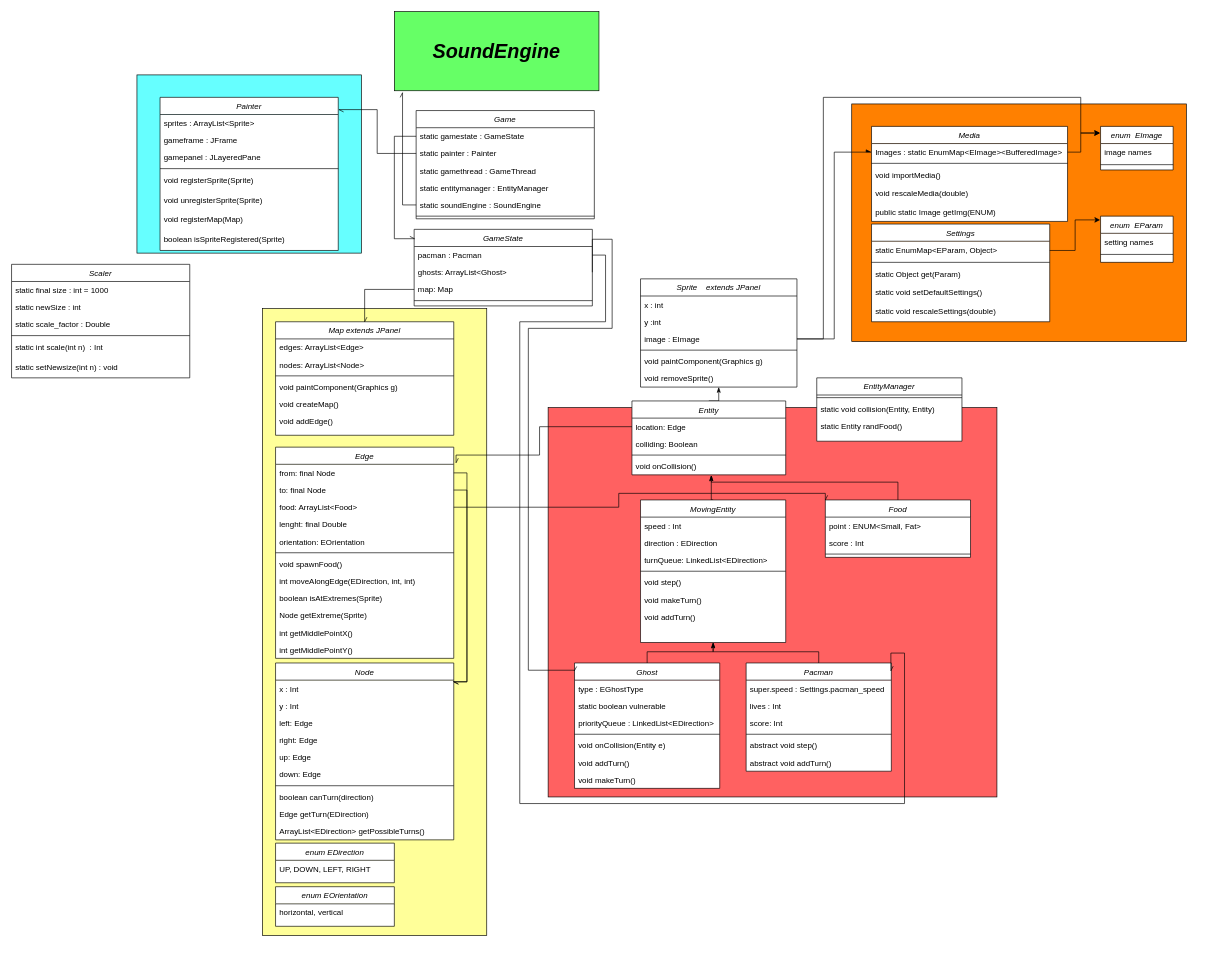
This is ClassDiagram.drawio from cerfedino/SwingPacman, a draw.io file, before an edit. Source tidied: cells renumbered, new cells numbered last; positions are measured from the earlier drawing's top-left corner, leaving out a move shared by most shapes. Both pictures are drawn from the tidied source at 66%, with x=0, y=0 at pixel (11, 11).
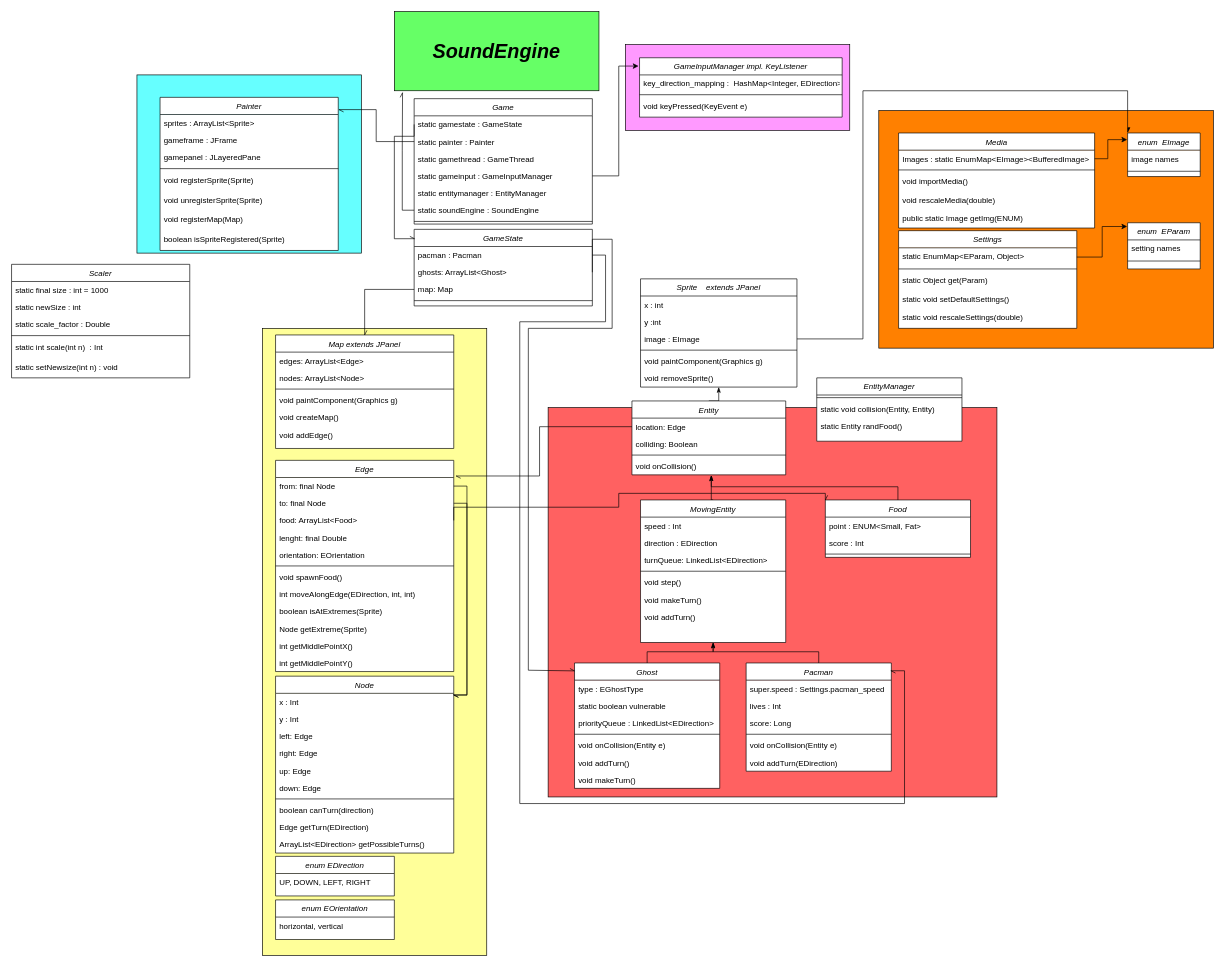
The same diagram, later.

Commit message (it also covers changes not shown here):
Updated class diagram

The change refers to these unchanged cells:
```xml
<mxCell id="8" value="image : EImage" style="text;align=left;verticalAlign=top;spacingLeft=4;spacingRight=4;overflow=hidden;points=[[0,0.5],[1,0.5]];portConstraint=eastwest;rounded=0;shadow=0;html=0;" parent="5" vertex="1">
  <mxGeometry y="78" width="237" height="26" as="geometry" />
</mxCell>
<mxCell id="13" value="Images : static EnumMap&lt;EImage&gt;&lt;BufferedImage&gt;" style="text;align=left;verticalAlign=top;spacingLeft=4;spacingRight=4;overflow=hidden;points=[[0,0.5],[1,0.5]];portConstraint=eastwest;" parent="12" vertex="1">
  <mxGeometry y="26" width="297" height="26" as="geometry" />
</mxCell>
<mxCell id="30" value="Ghost" style="swimlane;fontStyle=2;align=center;verticalAlign=top;horizontal=1;startSize=26;rounded=0;shadow=0;strokeWidth=1;swimlaneFillColor=#ffffff;" parent="1" vertex="1">
  <mxGeometry x="853" y="987" width="220" height="190" as="geometry" />
</mxCell>
<mxCell id="38" value="Pacman" style="swimlane;fontStyle=2;align=center;verticalAlign=top;horizontal=1;startSize=26;rounded=0;shadow=0;strokeWidth=1;swimlaneFillColor=#ffffff;" parent="1" vertex="1">
  <mxGeometry x="1113" y="987" width="220" height="164" as="geometry" />
</mxCell>
<mxCell id="51" value="location: Edge" style="text;align=left;verticalAlign=top;spacingLeft=4;spacingRight=4;overflow=hidden;points=[[0,0.5],[1,0.5]];portConstraint=eastwest;rounded=0;shadow=0;html=0;" parent="50" vertex="1">
  <mxGeometry y="26" width="233" height="26" as="geometry" />
</mxCell>
<mxCell id="54" value="void onCollision()" style="text;align=left;verticalAlign=top;spacingLeft=4;spacingRight=4;overflow=hidden;points=[[0,0.5],[1,0.5]];portConstraint=eastwest;rounded=0;shadow=0;html=0;" parent="50" vertex="1">
  <mxGeometry y="86" width="233" height="26" as="geometry" />
</mxCell>
<mxCell id="56" value="Food" style="swimlane;fontStyle=2;align=center;verticalAlign=top;horizontal=1;startSize=26;rounded=0;shadow=0;strokeWidth=1;swimlaneFillColor=#ffffff;" parent="1" vertex="1">
  <mxGeometry x="1233" y="740" width="220" height="87" as="geometry" />
</mxCell>
<mxCell id="74" value="pacman : Pacman" style="text;align=left;verticalAlign=top;spacingLeft=4;spacingRight=4;overflow=hidden;points=[[0,0.5],[1,0.5]];portConstraint=eastwest;" parent="73" vertex="1">
  <mxGeometry y="26" width="270" height="26" as="geometry" />
</mxCell>
<mxCell id="75" value="ghosts: ArrayList&lt;Ghost&gt;" style="text;align=left;verticalAlign=top;spacingLeft=4;spacingRight=4;overflow=hidden;points=[[0,0.5],[1,0.5]];portConstraint=eastwest;" parent="73" vertex="1">
  <mxGeometry y="52" width="270" height="26" as="geometry" />
</mxCell>
<mxCell id="109" value="&lt;font style=&quot;font-size: 30px&quot;&gt;SoundEngine&lt;/font&gt;" style="rounded=0;whiteSpace=wrap;html=1;fillColor=#66FF66;fontStyle=3;horizontal=1;fontSize=30;" parent="1" vertex="1">
  <mxGeometry x="580" width="310" height="120" as="geometry" />
</mxCell>
```

Diff of the diagram source:
```diff
@@
+    <mxCell id="151" style="rounded=0;whiteSpace=wrap;html=1;fillColor=#FF99FF;fontStyle=3;horizontal=1;fontSize=30;" parent="1" vertex="1">
+      <mxGeometry x="930" y="50" width="340" height="130" as="geometry" />
+    </mxCell>
     <mxCell id="2" style="rounded=0;whiteSpace=wrap;html=1;fillColor=#FF8000;" parent="1" vertex="1">
-      <mxGeometry x="1273" y="140" width="507" height="360" as="geometry" />
+      <mxGeometry x="1314" y="150" width="507" height="360" as="geometry" />
     </mxCell>
@@
     <mxCell id="4" style="rounded=0;whiteSpace=wrap;html=1;fillColor=#FFFF99;" parent="1" vertex="1">
-      <mxGeometry x="380" y="450" width="340" height="950" as="geometry" />
+      <mxGeometry x="380" y="480" width="340" height="950" as="geometry" />
     </mxCell>
@@
     <mxCell id="12" value="Media" style="swimlane;fontStyle=2;align=center;verticalAlign=top;horizontal=1;startSize=26;rounded=0;shadow=0;strokeWidth=1;swimlaneFillColor=#ffffff;" parent="1" vertex="1">
-      <mxGeometry x="1303" y="174" width="297" height="144" as="geometry" />
+      <mxGeometry x="1344" y="184" width="297" height="144" as="geometry" />
     </mxCell>
@@
-    <mxCell id="28" style="edgeStyle=orthogonalEdgeStyle;rounded=0;jettySize=auto;html=1;exitX=1;exitY=0.5;exitDx=0;exitDy=0;entryX=0;entryY=0.5;entryDx=0;entryDy=0;endArrow=async;endFill=1;" parent="1" edge="1" source="8" target="13">
-      <mxGeometry relative="1" as="geometry" />
+    <mxCell id="28" style="edgeStyle=orthogonalEdgeStyle;rounded=0;jettySize=auto;html=1;exitX=1;exitY=0.5;exitDx=0;exitDy=0;entryX=0;entryY=0;entryDx=0;entryDy=0;endArrow=async;endFill=1;" parent="1" edge="1" source="8" target="135">
+      <mxGeometry relative="1" as="geometry">
+        <Array as="points">
+          <mxPoint x="1290" y="496" />
+          <mxPoint x="1290" y="120" />
+          <mxPoint x="1691" y="120" />
+        </Array>
+      </mxGeometry>
     </mxCell>
@@
-    <mxCell id="41" value="score: Int" style="text;align=left;verticalAlign=top;spacingLeft=4;spacingRight=4;overflow=hidden;" parent="38" vertex="1">
+    <mxCell id="41" value="score: Long" style="text;align=left;verticalAlign=top;spacingLeft=4;spacingRight=4;overflow=hidden;" parent="38" vertex="1">
       <mxGeometry y="78" width="220" height="26" as="geometry" />
     </mxCell>
@@
-    <mxCell id="43" value="abstract void step()" style="text;align=left;verticalAlign=top;spacingLeft=4;spacingRight=4;overflow=hidden;rounded=0;shadow=0;html=0;" parent="38" vertex="1">
-      <mxGeometry y="112" width="220" height="26" as="geometry" />
-    </mxCell>
+    <mxCell id="152" value="void onCollision(Entity e)" style="text;align=left;verticalAlign=top;spacingLeft=4;spacingRight=4;overflow=hidden;rounded=0;shadow=0;html=0;" parent="38" vertex="1">
+      <mxGeometry y="112" width="220" height="26" as="geometry" />
+    </mxCell>
-    <mxCell id="44" value="abstract void addTurn()" style="text;align=left;verticalAlign=top;spacingLeft=4;spacingRight=4;overflow=hidden;rounded=0;shadow=0;html=0;" parent="38" vertex="1">
+    <mxCell id="44" value="void addTurn(EDirection)" style="text;align=left;verticalAlign=top;spacingLeft=4;spacingRight=4;overflow=hidden;rounded=0;shadow=0;html=0;" parent="38" vertex="1">
       <mxGeometry y="138" width="220" height="26" as="geometry" />
     </mxCell>
@@
     <mxCell id="55" style="edgeStyle=orthogonalEdgeStyle;rounded=0;jettySize=auto;html=1;exitX=0.5;exitY=0;exitDx=0;exitDy=0;endArrow=classicThin;endFill=1;entryX=0.516;entryY=1.029;entryDx=0;entryDy=0;entryPerimeter=0;" parent="1" edge="1" source="56" target="54">
       <mxGeometry relative="1" as="geometry">
         <Array as="points">
-          <mxPoint x="1343" y="713" />
-          <mxPoint x="1060" y="713" />
-          <mxPoint x="1060" y="703" />
+          <mxPoint x="1343" y="720" />
+          <mxPoint x="1060" y="720" />
         </Array>
       </mxGeometry>
     </mxCell>
@@
     <mxCell id="60" value="Settings" style="swimlane;fontStyle=2;align=center;verticalAlign=top;horizontal=1;startSize=26;rounded=0;shadow=0;strokeWidth=1;swimlaneFillColor=#ffffff;" parent="1" vertex="1">
-      <mxGeometry x="1303" y="322" width="270" height="148" as="geometry" />
+      <mxGeometry x="1344" y="332" width="270" height="148" as="geometry" />
     </mxCell>
@@
     <mxCell id="66" value="Map extends JPanel" style="swimlane;fontStyle=2;align=center;verticalAlign=top;horizontal=1;startSize=26;rounded=0;shadow=0;strokeWidth=1;swimlaneFillColor=#ffffff;" parent="1" vertex="1">
-      <mxGeometry x="400" y="470" width="270" height="172" as="geometry" />
+      <mxGeometry x="400" y="490" width="270" height="172" as="geometry" />
     </mxCell>
@@
     <mxCell id="78" value="Edge" style="swimlane;fontStyle=2;align=center;verticalAlign=top;horizontal=1;startSize=26;rounded=0;shadow=0;strokeWidth=1;swimlaneFillColor=#ffffff;" parent="1" vertex="1">
-      <mxGeometry x="400" y="660" width="270" height="320" as="geometry" />
+      <mxGeometry x="400" y="680" width="270" height="320" as="geometry" />
     </mxCell>
@@
     <mxCell id="91" value="Node" style="swimlane;fontStyle=2;align=center;verticalAlign=top;horizontal=1;startSize=26;rounded=0;shadow=0;strokeWidth=1;swimlaneFillColor=#ffffff;" parent="1" vertex="1">
-      <mxGeometry x="400" y="987" width="270" height="268" as="geometry" />
+      <mxGeometry x="400" y="1007" width="270" height="268" as="geometry" />
     </mxCell>
@@
     <mxCell id="105" style="edgeStyle=orthogonalEdgeStyle;rounded=0;jettySize=auto;html=1;exitX=1;exitY=0.5;exitDx=0;exitDy=0;entryX=0.997;entryY=0.072;entryDx=0;entryDy=0;entryPerimeter=0;endArrow=openAsync;endFill=0;" parent="1" edge="1" source="74" target="38">
       <mxGeometry relative="1" as="geometry">
         <Array as="points">
           <mxPoint x="900" y="369" />
           <mxPoint x="900" y="470" />
           <mxPoint x="770" y="470" />
           <mxPoint x="770" y="1200" />
           <mxPoint x="1353" y="1200" />
-          <mxPoint x="1353" y="972" />
-          <mxPoint x="1332" y="972" />
+          <mxPoint x="1353" y="999" />
         </Array>
       </mxGeometry>
     </mxCell>
-    <mxCell id="106" style="edgeStyle=orthogonalEdgeStyle;rounded=0;jettySize=auto;html=1;exitX=1;exitY=0.5;exitDx=0;exitDy=0;endArrow=openAsync;endFill=0;entryX=-0.002;entryY=0.064;entryDx=0;entryDy=0;entryPerimeter=0;" parent="1" edge="1" source="75" target="30">
+    <mxCell id="106" style="edgeStyle=orthogonalEdgeStyle;rounded=0;jettySize=auto;html=1;exitX=1;exitY=0.5;exitDx=0;exitDy=0;endArrow=openAsync;endFill=0;" parent="1" edge="1" source="75">
       <mxGeometry relative="1" as="geometry">
+        <mxPoint x="853" y="999" as="targetPoint" />
         <Array as="points">
           <mxPoint x="880" y="345" />
           <mxPoint x="910" y="345" />
           <mxPoint x="910" y="480" />
           <mxPoint x="783" y="480" />
           <mxPoint x="783" y="998" />
           <mxPoint x="853" y="998" />
         </Array>
       </mxGeometry>
     </mxCell>
@@
     <mxCell id="108" style="edgeStyle=orthogonalEdgeStyle;rounded=0;jettySize=auto;html=1;exitX=0;exitY=0.5;exitDx=0;exitDy=0;entryX=1.013;entryY=0.074;entryDx=0;entryDy=0;entryPerimeter=0;endArrow=openAsync;endFill=0;" parent="1" edge="1" source="51" target="78">
       <mxGeometry relative="1" as="geometry">
         <Array as="points">
           <mxPoint x="800" y="629" />
-          <mxPoint x="800" y="672" />
+          <mxPoint x="800" y="704" />
         </Array>
       </mxGeometry>
     </mxCell>
@@
     <mxCell id="121" value="Game" style="swimlane;fontStyle=2;align=center;verticalAlign=top;horizontal=1;startSize=26;rounded=0;shadow=0;strokeWidth=1;swimlaneFillColor=#ffffff;" parent="1" vertex="1">
-      <mxGeometry x="613" y="150" width="270" height="164" as="geometry" />
+      <mxGeometry x="610" y="132" width="270" height="190" as="geometry" />
     </mxCell>
@@
+    <mxCell id="153" value="static gameinput : GameInputManager" style="text;align=left;verticalAlign=top;spacingLeft=4;spacingRight=4;overflow=hidden;points=[[0,0.5],[1,0.5]];portConstraint=eastwest;" parent="121" vertex="1">
+      <mxGeometry y="104" width="270" height="26" as="geometry" />
+    </mxCell>
     <mxCell id="125" value="static entitymanager : EntityManager" style="text;align=left;verticalAlign=top;spacingLeft=4;spacingRight=4;overflow=hidden;" parent="121" vertex="1">
-      <mxGeometry y="104" width="270" height="26" as="geometry" />
+      <mxGeometry y="130" width="270" height="26" as="geometry" />
     </mxCell>
     <mxCell id="126" value="static soundEngine : SoundEngine" style="text;align=left;verticalAlign=top;spacingLeft=4;spacingRight=4;overflow=hidden;points=[[0,0.5],[1,0.5]];portConstraint=eastwest;" parent="121" vertex="1">
-      <mxGeometry y="130" width="270" height="26" as="geometry" />
+      <mxGeometry y="156" width="270" height="26" as="geometry" />
     </mxCell>
     <mxCell id="127" style="line;html=1;strokeWidth=1;align=left;verticalAlign=middle;spacingTop=-1;spacingLeft=3;spacingRight=3;labelPosition=right;" parent="121" vertex="1">
-      <mxGeometry y="156" width="270" height="8" as="geometry" />
+      <mxGeometry y="182" width="270" height="8" as="geometry" />
     </mxCell>
@@
     <mxCell id="130" style="edgeStyle=orthogonalEdgeStyle;rounded=0;jettySize=auto;html=1;exitX=0;exitY=0.5;exitDx=0;exitDy=0;entryX=0.04;entryY=1.025;entryDx=0;entryDy=0;entryPerimeter=0;endArrow=openAsync;endFill=0;fontSize=30;" parent="1" edge="1" source="126" target="109">
-      <mxGeometry relative="1" as="geometry" />
+      <mxGeometry relative="1" as="geometry">
+        <Array as="points">
+          <mxPoint x="592" y="301" />
+          <mxPoint x="592" y="210" />
+        </Array>
+      </mxGeometry>
     </mxCell>
     <mxCell id="131" value="enum  EParam" style="swimlane;fontStyle=2;align=center;verticalAlign=top;horizontal=1;startSize=26;rounded=0;shadow=0;strokeWidth=1;swimlaneFillColor=#ffffff;" parent="1" vertex="1">
-      <mxGeometry x="1650" y="310" width="110" height="70" as="geometry" />
+      <mxGeometry x="1691" y="320" width="110" height="70" as="geometry" />
     </mxCell>
@@
     <mxCell id="135" value="enum  EImage" style="swimlane;fontStyle=2;align=center;verticalAlign=top;horizontal=1;startSize=26;rounded=0;shadow=0;strokeWidth=1;swimlaneFillColor=#ffffff;" parent="1" vertex="1">
-      <mxGeometry x="1650" y="174" width="110" height="66" as="geometry" />
+      <mxGeometry x="1691" y="184" width="110" height="66" as="geometry" />
     </mxCell>
@@
     <mxCell id="138" style="edgeStyle=orthogonalEdgeStyle;rounded=0;jettySize=auto;html=1;exitX=1;exitY=0.5;exitDx=0;exitDy=0;entryX=-0.006;entryY=0.153;entryDx=0;entryDy=0;entryPerimeter=0;" parent="1" edge="1" source="13" target="135">
       <mxGeometry relative="1" as="geometry">
         <Array as="points">
-          <mxPoint x="1620" y="213" />
-          <mxPoint x="1620" y="184" />
+          <mxPoint x="1661" y="223" />
+          <mxPoint x="1661" y="194" />
         </Array>
       </mxGeometry>
     </mxCell>
-    <mxCell id="139" style="edgeStyle=orthogonalEdgeStyle;rounded=0;jettySize=auto;html=1;exitX=1;exitY=0.5;exitDx=0;exitDy=0;" parent="1" edge="1" source="8">
-      <mxGeometry relative="1" as="geometry">
-        <mxPoint x="1649" y="184" as="targetPoint" />
-        <Array as="points">
-          <mxPoint x="1230" y="496" />
-          <mxPoint x="1230" y="130" />
-          <mxPoint x="1620" y="130" />
-          <mxPoint x="1620" y="184" />
-        </Array>
-      </mxGeometry>
-    </mxCell>
@@
     <mxCell id="147" value="enum EDirection" style="swimlane;fontStyle=2;align=center;verticalAlign=top;horizontal=1;startSize=26;rounded=0;shadow=0;strokeWidth=1;swimlaneFillColor=#ffffff;" parent="1" vertex="1">
-      <mxGeometry x="400" y="1260" width="180" height="60" as="geometry" />
+      <mxGeometry x="400" y="1280" width="180" height="60" as="geometry" />
     </mxCell>
@@
     <mxCell id="149" value="enum EOrientation" style="swimlane;fontStyle=2;align=center;verticalAlign=top;horizontal=1;startSize=26;rounded=0;shadow=0;strokeWidth=1;swimlaneFillColor=#ffffff;" parent="1" vertex="1">
-      <mxGeometry x="400" y="1326" width="180" height="60" as="geometry" />
+      <mxGeometry x="400" y="1346" width="180" height="60" as="geometry" />
     </mxCell>
@@
+    <mxCell id="154" value="GameInputManager impl. KeyListener" style="swimlane;fontStyle=2;align=center;verticalAlign=top;horizontal=1;startSize=26;rounded=0;shadow=0;strokeWidth=1;swimlaneFillColor=#ffffff;" parent="1" vertex="1">
+      <mxGeometry x="951.5" y="70" width="307" height="90" as="geometry" />
+    </mxCell>
+    <mxCell id="155" value="key_direction_mapping :  HashMap&lt;Integer, EDirection&gt;" style="text;align=left;verticalAlign=top;spacingLeft=4;spacingRight=4;overflow=hidden;" parent="154" vertex="1">
+      <mxGeometry y="26" width="307" height="26" as="geometry" />
+    </mxCell>
+    <mxCell id="156" style="line;html=1;strokeWidth=1;align=left;verticalAlign=middle;spacingTop=-1;spacingLeft=3;spacingRight=3;labelPosition=right;" parent="154" vertex="1">
+      <mxGeometry y="52" width="307" height="8" as="geometry" />
+    </mxCell>
+    <mxCell id="157" value="void keyPressed(KeyEvent e)" style="text;align=left;verticalAlign=top;spacingLeft=4;spacingRight=4;overflow=hidden;rounded=0;shadow=0;html=0;" parent="154" vertex="1">
+      <mxGeometry y="60" width="307" height="26" as="geometry" />
+    </mxCell>
+    <mxCell id="158" style="edgeStyle=orthogonalEdgeStyle;rounded=0;jettySize=auto;html=1;exitX=1;exitY=0.5;exitDx=0;exitDy=0;entryX=-0.005;entryY=0.14;entryDx=0;entryDy=0;entryPerimeter=0;" parent="1" edge="1" source="153" target="154">
+      <mxGeometry relative="1" as="geometry">
+        <Array as="points">
+          <mxPoint x="920" y="249" />
+          <mxPoint x="920" y="83" />
+        </Array>
+      </mxGeometry>
+    </mxCell>
```
